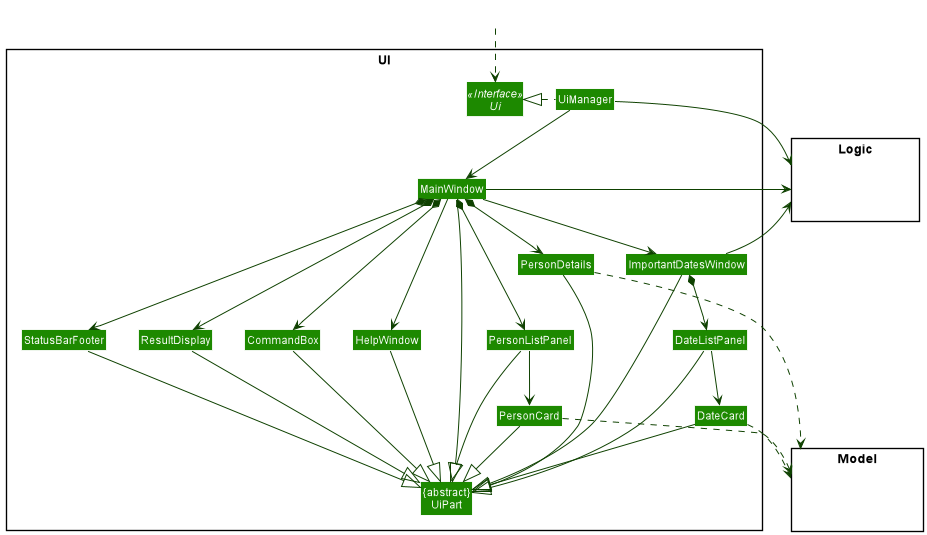
Earlier version of the PlantUML export docs/images/UiClassDiagram.png (nus-cs2103-AY2021S2/tp).
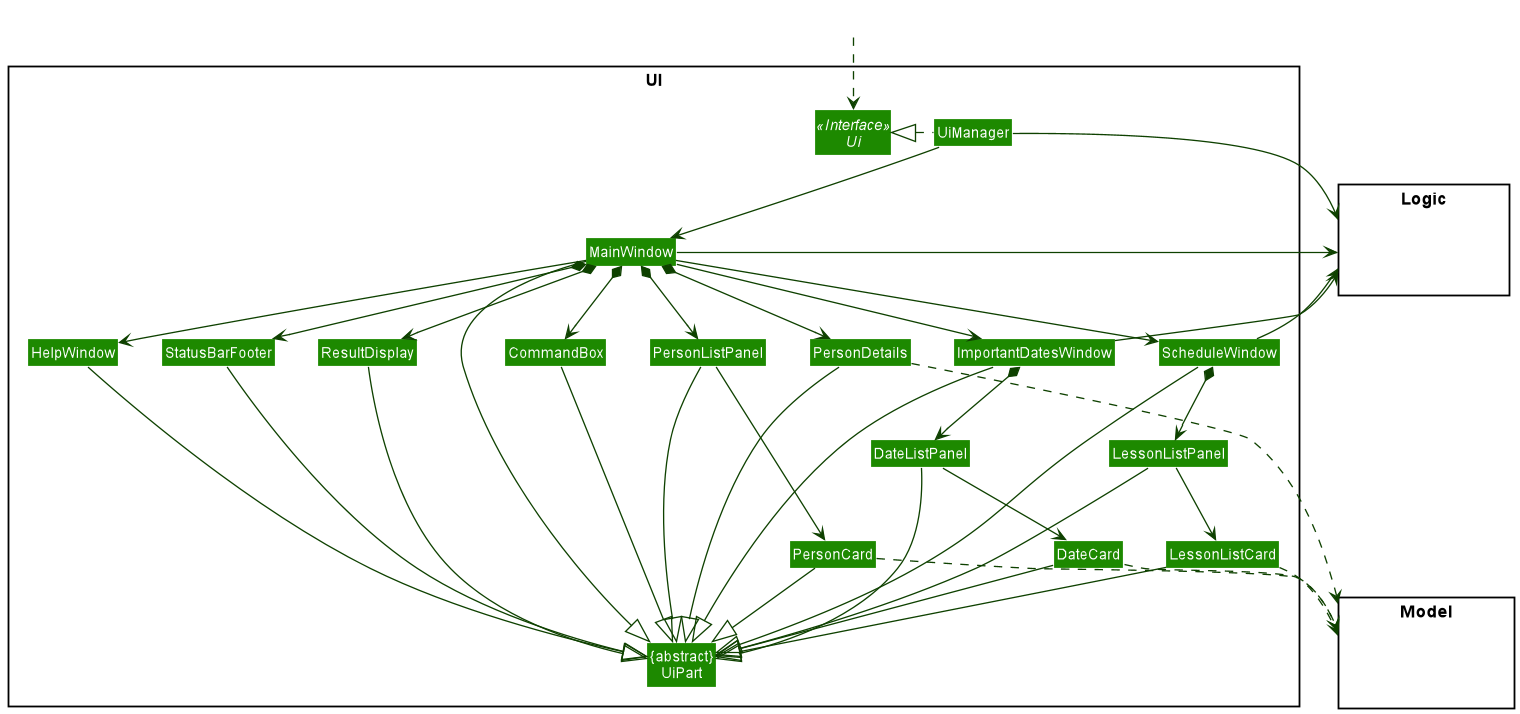
After the change.

Commit message:
Update UI component class diagram

Change to the diagram source:
```diff
@@ -19,6 +19,9 @@
 Class ImportantDatesWindow
 Class DateCard
 Class DateListPanel
+Class LessonListCard
+Class LessonListPanel
+Class ScheduleWindow
 }
 
 package Model <<Rectangle>> {
@@ -41,12 +44,15 @@
 MainWindow *-down-> PersonDetails
 MainWindow *-down-> StatusBarFooter
 MainWindow --> ImportantDatesWindow
+MainWindow --> ScheduleWindow
 ImportantDatesWindow *-down-> DateListPanel
+ScheduleWindow *-down-> LessonListPanel
 
 PersonListPanel -down-> PersonCard
 DateListPanel -down->DateCard
+LessonListPanel -down-> LessonListCard
 
-MainWindow -left-|> UiPart
+MainWindow -down-|> UiPart
 
 ResultDisplay --|> UiPart
 CommandBox --|> UiPart
@@ -56,21 +62,33 @@
 StatusBarFooter --|> UiPart
 HelpWindow -down-|> UiPart
 ImportantDatesWindow -down-|> UiPart
+ScheduleWindow -down-|> UiPart
 DateListPanel --|> UiPart
 DateCard --|> UiPart
+LessonListPanel --|> UiPart
+LessonListCard --|> UiPart
 
 
 PersonCard ..> Model
 PersonDetails ..> Model
 DateCard ..> Model
+LessonListCard ..> Model
 UiManager -right-> Logic
-MainWindow -left-> Logic
-ImportantDatesWindow --> Logic
+MainWindow -right-> Logic
+ImportantDatesWindow -right-> Logic
+ScheduleWindow -up-> Logic
 
+PersonDetails -[hidden]left- ScheduleWindow
+ScheduleWindow -[hidden]left- ImportantDatesWindow
+ImportantDatesWindow -[hidden]left- PersonListPanel
 PersonListPanel -[hidden]left- HelpWindow
 HelpWindow -[hidden]left- CommandBox
 CommandBox -[hidden]left- ResultDisplay
 ResultDisplay -[hidden]left- StatusBarFooter
 
+PersonCard -[hidden]right- DateCard
+DateCard -[hidden]right- LessonListCard
+DateListPanel -[hidden]right- LessonListPanel
+
 MainWindow -[hidden]-|> UiPart
 @enduml
```
